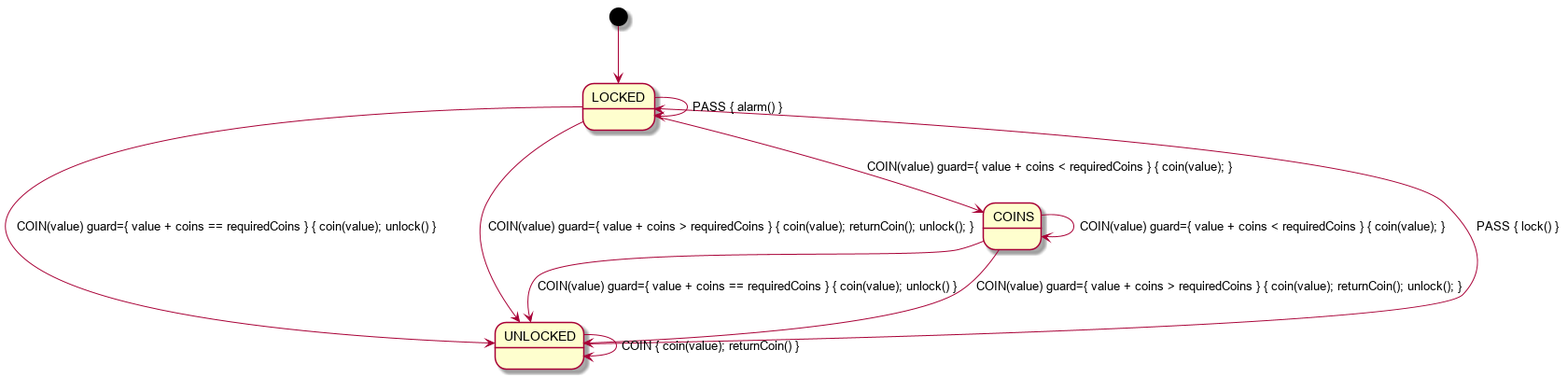
The PlantUML diagram src/doc/asciidoc/paying_turnstile_fsm.png in open-jumpco/kfsm, before a commit. The source it was exported from:
```plantuml
@startuml

[*] --> LOCKED
LOCKED -down-> UNLOCKED : COIN(value) guard={ value + coins == requiredCoins } { coin(value); unlock() }
LOCKED --> UNLOCKED : COIN(value) guard={ value + coins > requiredCoins } { coin(value); returnCoin(); unlock(); }
LOCKED --> COINS : COIN(value) guard={ value + coins < requiredCoins } { coin(value); }
COINS --> UNLOCKED : COIN(value) guard={ value + coins == requiredCoins } { coin(value); unlock() }
COINS ---> COINS : COIN(value) guard={ value + coins < requiredCoins } { coin(value); }
COINS --> UNLOCKED : COIN(value) guard={ value + coins > requiredCoins } { coin(value); returnCoin(); unlock(); }
UNLOCKED ---> LOCKED : PASS { lock() }
LOCKED ---> LOCKED : PASS { alarm() }
UNLOCKED ---> UNLOCKED : COIN { coin(value); returnCoin() }

@enduml
```
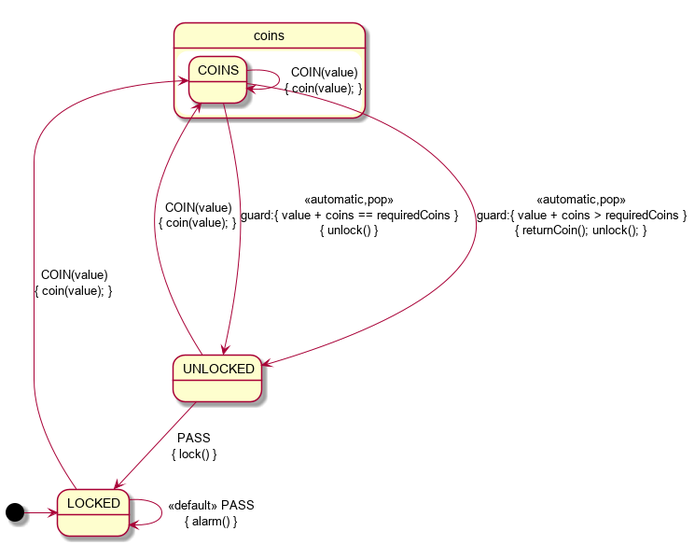
After the change.

The edit, as a diff of the source:
```diff
@@ -1,14 +1,23 @@
 @startuml
 
-[*] --> LOCKED
-LOCKED -down-> UNLOCKED : COIN(value) guard={ value + coins == requiredCoins } { coin(value); unlock() }
-LOCKED --> UNLOCKED : COIN(value) guard={ value + coins > requiredCoins } { coin(value); returnCoin(); unlock(); }
-LOCKED --> COINS : COIN(value) guard={ value + coins < requiredCoins } { coin(value); }
-COINS --> UNLOCKED : COIN(value) guard={ value + coins == requiredCoins } { coin(value); unlock() }
-COINS ---> COINS : COIN(value) guard={ value + coins < requiredCoins } { coin(value); }
-COINS --> UNLOCKED : COIN(value) guard={ value + coins > requiredCoins } { coin(value); returnCoin(); unlock(); }
-UNLOCKED ---> LOCKED : PASS { lock() }
-LOCKED ---> LOCKED : PASS { alarm() }
-UNLOCKED ---> UNLOCKED : COIN { coin(value); returnCoin() }
+[*] -right-> LOCKED
+
+state LOCKED {
+    LOCKED --> LOCKED : <<default>> PASS\n{ alarm() }
+    LOCKED --> COINS : COIN(value)\n{ coin(value); }
+}
+
+state UNLOCKED {
+    UNLOCKED --> LOCKED : PASS\n{ lock() }
+    UNLOCKED --up--> COINS : COIN(value)\n{ coin(value); }
+}
+
+state coins {
+    state COINS {
+        COINS --> COINS : COIN(value)\n{ coin(value); }
+        COINS --down--> UNLOCKED : <<automatic,pop>>\nguard:{ value + coins == requiredCoins }\n{ unlock() }
+        COINS --down--> UNLOCKED : <<automatic,pop>>\nguard:{ value + coins > requiredCoins }\n{ returnCoin(); unlock(); }
+    }
+}
 
 @enduml
```
